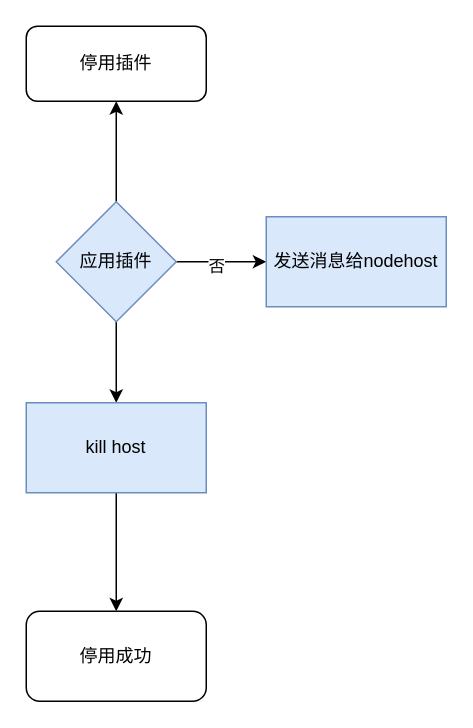
hexiang3000/draw keeps this draw.io diagram as 应用插件停用流程图.drawio. Above is the earlier version. Source tidied: cells renumbered, new cells numbered last; positions are measured from the earlier drawing's top-left corner, leaving out a move shared by most shapes. Both pictures are drawn from the tidied source at 150%, with x=0, y=0 at pixel (26, 26).
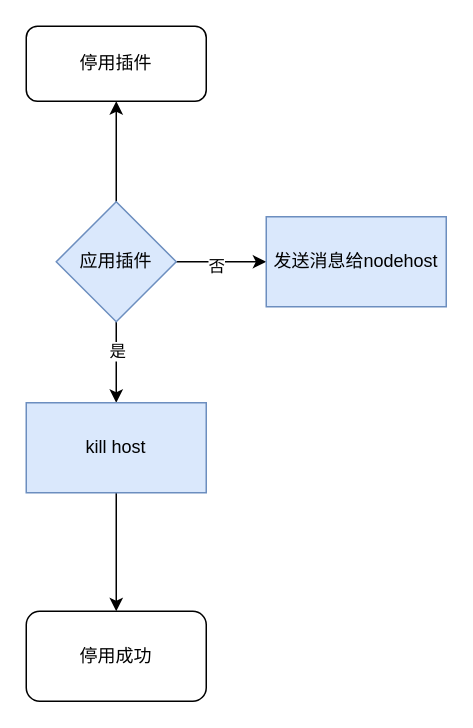
The same page after the edit.

Commit message (it also covers changes not shown here):
更新应用插件停用流程图.drawio

Change to the diagram source:
```diff
@@
 <mxGraphModel>
   <root>
     <mxCell id="0" />
     <mxCell id="1" parent="0" />
     <mxCell id="2" value="停用插件" style="rounded=1;whiteSpace=wrap;html=1;" parent="1" vertex="1">
       <mxGeometry width="120" height="50" as="geometry" />
     </mxCell>
     <mxCell id="3" style="edgeStyle=orthogonalEdgeStyle;rounded=0;jettySize=auto;html=1;" parent="1" edge="1" source="7" target="8">
       <mxGeometry relative="1" as="geometry" />
     </mxCell>
     <mxCell id="4" value="否" style="edgeLabel;html=1;align=center;verticalAlign=middle;" parent="3" vertex="1">
       <mxGeometry x="-0.13" y="-2" relative="1" as="geometry" />
     </mxCell>
     <mxCell id="5" style="edgeStyle=orthogonalEdgeStyle;rounded=0;jettySize=auto;html=1;entryX=0.5;entryY=1;entryDx=0;entryDy=0;" parent="1" edge="1" source="7" target="2">
       <mxGeometry relative="1" as="geometry" />
     </mxCell>
     <mxCell id="6" style="edgeStyle=orthogonalEdgeStyle;rounded=0;jettySize=auto;html=1;" parent="1" edge="1" source="7" target="10">
       <mxGeometry relative="1" as="geometry" />
     </mxCell>
+    <mxCell id="12" value="是" style="edgeLabel;html=1;align=center;verticalAlign=middle;" parent="6" vertex="1">
+      <mxGeometry x="-0.3" relative="1" as="geometry" />
+    </mxCell>
     <mxCell id="7" value="应用插件" style="rhombus;whiteSpace=wrap;html=1;fillColor=#dae8fc;strokeColor=#6c8ebf;" parent="1" vertex="1">
       <mxGeometry x="20" y="117" width="80" height="80" as="geometry" />
     </mxCell>
     <mxCell id="8" value="发送消息给nodehost" style="whiteSpace=wrap;html=1;fillColor=#dae8fc;strokeColor=#6c8ebf;" parent="1" vertex="1">
       <mxGeometry x="160" y="127" width="120" height="60" as="geometry" />
     </mxCell>
     <mxCell id="9" style="edgeStyle=orthogonalEdgeStyle;rounded=0;jettySize=auto;html=1;entryX=0.5;entryY=0;entryDx=0;entryDy=0;" parent="1" edge="1" source="10" target="11">
       <mxGeometry relative="1" as="geometry" />
     </mxCell>
     <mxCell id="10" value="kill host" style="whiteSpace=wrap;html=1;fillColor=#dae8fc;strokeColor=#6c8ebf;" parent="1" vertex="1">
       <mxGeometry y="251" width="120" height="60" as="geometry" />
     </mxCell>
     <mxCell id="11" value="停用成功" style="rounded=1;whiteSpace=wrap;html=1;" parent="1" vertex="1">
       <mxGeometry y="390" width="120" height="60" as="geometry" />
     </mxCell>
   </root>
 </mxGraphModel>
```
